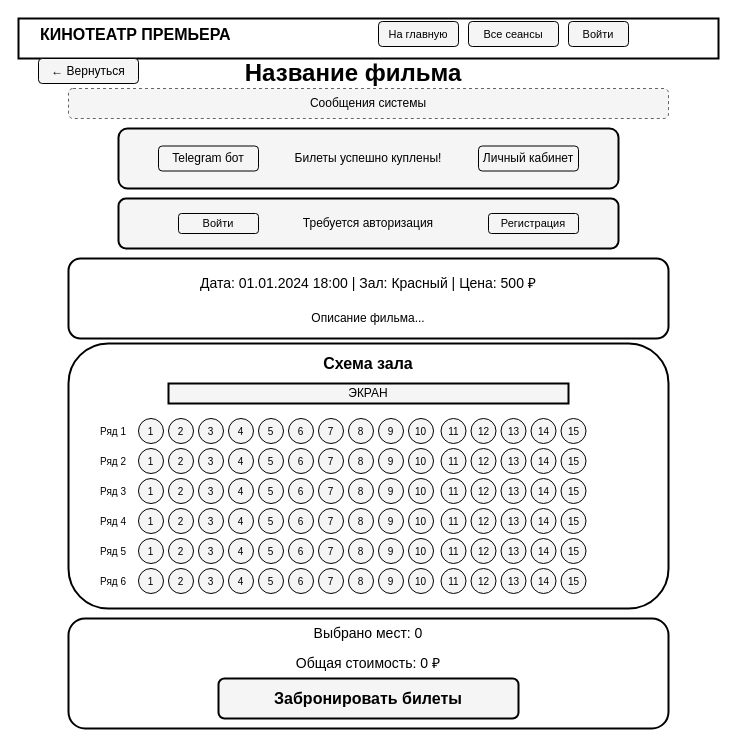
The draw.io diagram Прототипы/screening-details.drawio in Klevchik1/Diplom, before the edit. Source tidied: cells renumbered, new cells numbered last; positions are measured from the earlier drawing's top-left corner, leaving out a move shared by most shapes. Both pictures are drawn from the tidied source at 100%, with x=0, y=0 at pixel (18, 18).
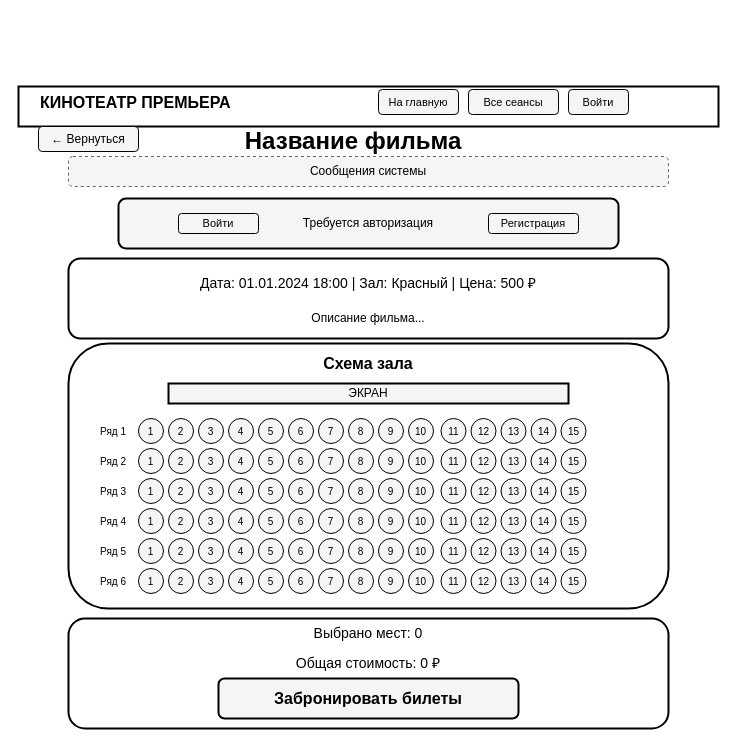
Above is the later version.

Diff of the diagram source:
```diff
@@
     <mxCell id="2" style="rounded=0;whiteSpace=wrap;html=1;fillColor=#ffffff;strokeColor=#000000;strokeWidth=2;" parent="1" vertex="1">
-      <mxGeometry width="700" height="40" as="geometry" />
+      <mxGeometry y="68" width="700" height="40" as="geometry" />
     </mxCell>
     <mxCell id="3" value="КИНОТЕАТР ПРЕМЬЕРА" style="text;html=1;strokeColor=none;fillColor=none;align=left;verticalAlign=middle;whiteSpace=wrap;rounded=0;fontStyle=1;fontSize=16;" parent="1" vertex="1">
-      <mxGeometry x="20" y="0.5" width="200" height="30" as="geometry" />
+      <mxGeometry x="20" y="68.5" width="200" height="30" as="geometry" />
     </mxCell>
     <mxCell id="4" value="На главную" style="rounded=1;whiteSpace=wrap;html=1;fillColor=#f5f5f5;strokeColor=#000000;strokeWidth=1;fontSize=11;" parent="1" vertex="1">
-      <mxGeometry x="360" y="3" width="80" height="25" as="geometry" />
+      <mxGeometry x="360" y="71" width="80" height="25" as="geometry" />
     </mxCell>
     <mxCell id="5" value="Все сеансы" style="rounded=1;whiteSpace=wrap;html=1;fillColor=#f5f5f5;strokeColor=#000000;strokeWidth=1;fontSize=11;" parent="1" vertex="1">
-      <mxGeometry x="450" y="3" width="90" height="25" as="geometry" />
+      <mxGeometry x="450" y="71" width="90" height="25" as="geometry" />
     </mxCell>
     <mxCell id="6" value="Войти" style="rounded=1;whiteSpace=wrap;html=1;fillColor=#f5f5f5;strokeColor=#000000;strokeWidth=1;fontSize=11;" parent="1" vertex="1">
-      <mxGeometry x="550" y="3" width="60" height="25" as="geometry" />
+      <mxGeometry x="550" y="71" width="60" height="25" as="geometry" />
     </mxCell>
     <mxCell id="7" value="← Вернуться" style="rounded=1;whiteSpace=wrap;html=1;fillColor=#f5f5f5;strokeColor=#000000;strokeWidth=1;fontSize=12;" parent="1" vertex="1">
-      <mxGeometry x="20" y="40" width="100" height="25" as="geometry" />
+      <mxGeometry x="20" y="108" width="100" height="25" as="geometry" />
     </mxCell>
     <mxCell id="8" value="Название фильма" style="text;html=1;strokeColor=none;fillColor=none;align=center;verticalAlign=middle;whiteSpace=wrap;rounded=0;fontStyle=1;fontSize=24;" parent="1" vertex="1">
-      <mxGeometry x="210" y="40" width="250" height="30" as="geometry" />
+      <mxGeometry x="210" y="108" width="250" height="30" as="geometry" />
     </mxCell>
     <mxCell id="9" value="Сообщения системы" style="rounded=1;whiteSpace=wrap;html=1;fillColor=#f5f5f5;strokeColor=#666666;strokeWidth=1;dashed=1;" parent="1" vertex="1">
-      <mxGeometry x="50" y="70" width="600" height="30" as="geometry" />
+      <mxGeometry x="50" y="138" width="600" height="30" as="geometry" />
     </mxCell>
-    <mxCell id="10" value="Билеты успешно куплены!" style="rounded=1;whiteSpace=wrap;html=1;fillColor=#f5f5f5;strokeColor=#000000;strokeWidth=2;" parent="1" vertex="1">
-      <mxGeometry x="100" y="110" width="500" height="60" as="geometry" />
-    </mxCell>
-    <mxCell id="11" value="Telegram бот" style="rounded=1;whiteSpace=wrap;html=1;fillColor=#f5f5f5;strokeColor=#000000;strokeWidth=1;fontSize=12;" parent="1" vertex="1">
-      <mxGeometry x="140" y="127.5" width="100" height="25" as="geometry" />
-    </mxCell>
-    <mxCell id="12" value="Личный кабинет" style="rounded=1;whiteSpace=wrap;html=1;fillColor=#f5f5f5;strokeColor=#000000;strokeWidth=1;fontSize=12;" parent="1" vertex="1">
-      <mxGeometry x="460" y="127.5" width="100" height="25" as="geometry" />
-    </mxCell>
```
